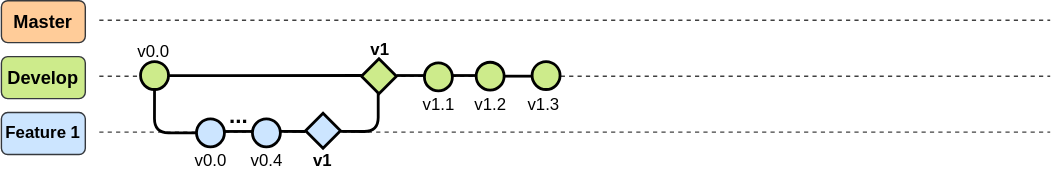
This is 03_ImagenesRepo/Image_readme.svg from LEOSZ8/Tesis_Msc_LSZ, a draw.io export, as it was before one commit. Source tidied: cells renumbered, new cells last; positions are measured from the earlier drawing's top-left corner, leaving out a move shared by most shapes. The source it was exported from:
```xml
<mxGraphModel>
  <root>
    <mxCell id="0" />
    <mxCell id="1" parent="0" />
    <mxCell id="2" style="edgeStyle=orthogonalEdgeStyle;rounded=0;orthogonalLoop=1;jettySize=auto;html=1;endArrow=none;endFill=0;strokeWidth=2;" parent="1" edge="1">
      <mxGeometry relative="1" as="geometry">
        <mxPoint x="322" y="54" as="sourcePoint" />
        <mxPoint x="342" y="54" as="targetPoint" />
      </mxGeometry>
    </mxCell>
    <mxCell id="3" style="endArrow=none;html=1;rounded=0;dashed=1;opacity=75;" parent="1" edge="1">
      <mxGeometry relative="1" as="geometry">
        <mxPoint x="70" y="14" as="sourcePoint" />
        <mxPoint x="750" y="14" as="targetPoint" />
      </mxGeometry>
    </mxCell>
    <mxCell id="4" style="endArrow=none;html=1;rounded=0;dashed=1;opacity=75;" parent="1" edge="1">
      <mxGeometry relative="1" as="geometry">
        <mxPoint x="70" y="54" as="sourcePoint" />
        <mxPoint x="750" y="54" as="targetPoint" />
      </mxGeometry>
    </mxCell>
    <mxCell id="5" style="endArrow=none;html=1;rounded=0;dashed=1;opacity=75;" parent="1" edge="1">
      <mxGeometry relative="1" as="geometry">
        <mxPoint x="70" y="94" as="sourcePoint" />
        <mxPoint x="750" y="94" as="targetPoint" />
      </mxGeometry>
    </mxCell>
    <mxCell id="6" value="&lt;b style=&quot;&quot;&gt;&lt;font style=&quot;font-size: 13px;&quot;&gt;Master&lt;/font&gt;&lt;/b&gt;" style="rounded=1;whiteSpace=wrap;html=1;fillColor=#FFCC99;strokeColor=#36393d;" parent="1" vertex="1">
      <mxGeometry width="60" height="30" as="geometry" />
    </mxCell>
    <mxCell id="7" value="&lt;b&gt;&lt;font style=&quot;font-size: 13px;&quot;&gt;Develop&lt;/font&gt;&lt;/b&gt;" style="rounded=1;whiteSpace=wrap;html=1;fillColor=#cdeb8b;strokeColor=#36393d;" parent="1" vertex="1">
      <mxGeometry y="40" width="60" height="30" as="geometry" />
    </mxCell>
    <mxCell id="8" value="&lt;b&gt;&lt;font&gt;Feature 1&lt;/font&gt;&lt;/b&gt;" style="rounded=1;whiteSpace=wrap;html=1;fillColor=#cce5ff;strokeColor=#36393d;" parent="1" vertex="1">
      <mxGeometry y="80" width="60" height="30" as="geometry" />
    </mxCell>
    <mxCell id="9" style="edgeStyle=orthogonalEdgeStyle;rounded=0;jettySize=auto;html=1;strokeWidth=2;endArrow=none;endFill=0;" parent="1" edge="1" source="10">
      <mxGeometry relative="1" as="geometry">
        <mxPoint x="260" y="54" as="targetPoint" />
        <Array as="points">
          <mxPoint x="160" y="54" />
          <mxPoint x="160" y="54" />
        </Array>
      </mxGeometry>
    </mxCell>
    <mxCell id="10" style="ellipse;whiteSpace=wrap;html=1;fillColor=#CDEB8B;strokeColor=#000000;strokeWidth=2;" parent="1" vertex="1">
      <mxGeometry x="100" y="44" width="20" height="20" as="geometry" />
    </mxCell>
    <mxCell id="11" style="edgeStyle=orthogonalEdgeStyle;rounded=1;jettySize=auto;html=1;curved=0;strokeWidth=2;endArrow=none;startFill=0;" parent="1" edge="1" source="13" target="10">
      <mxGeometry relative="1" as="geometry" />
    </mxCell>
    <mxCell id="12" style="edgeStyle=orthogonalEdgeStyle;rounded=0;orthogonalLoop=1;jettySize=auto;html=1;endArrow=none;endFill=0;strokeWidth=2;" parent="1" edge="1">
      <mxGeometry relative="1" as="geometry">
        <mxPoint x="160" y="94" as="sourcePoint" />
        <mxPoint x="180" y="94" as="targetPoint" />
      </mxGeometry>
    </mxCell>
    <mxCell id="13" style="ellipse;whiteSpace=wrap;html=1;fillColor=#cce5ff;strokeColor=#000000;strokeWidth=2;" parent="1" vertex="1">
      <mxGeometry x="140" y="85" width="20" height="20" as="geometry" />
    </mxCell>
    <mxCell id="14" style="edgeStyle=orthogonalEdgeStyle;rounded=0;jettySize=auto;html=1;endArrow=none;endFill=0;strokeWidth=2;entryX=0;entryY=0.5;entryDx=0;entryDy=0;" parent="1" edge="1" target="18">
      <mxGeometry relative="1" as="geometry">
        <mxPoint x="200" y="94" as="sourcePoint" />
      </mxGeometry>
    </mxCell>
    <mxCell id="15" style="ellipse;whiteSpace=wrap;html=1;fillColor=#cce5ff;strokeColor=#000000;strokeWidth=2;" parent="1" vertex="1">
      <mxGeometry x="180" y="85" width="20" height="20" as="geometry" />
    </mxCell>
    <mxCell id="16" value="v0.0" style="text;html=1;align=center;verticalAlign=middle;whiteSpace=wrap;rounded=0;" parent="1" vertex="1">
      <mxGeometry x="135" y="110" width="30" height="10" as="geometry" />
    </mxCell>
    <mxCell id="17" value="v0.4" style="text;html=1;align=center;verticalAlign=middle;whiteSpace=wrap;rounded=0;" parent="1" vertex="1">
      <mxGeometry x="175" y="110" width="30" height="10" as="geometry" />
    </mxCell>
    <mxCell id="18" style="rhombus;whiteSpace=wrap;html=1;fillColor=#cce5ff;strokeColor=#000000;strokeWidth=2;" parent="1" vertex="1">
      <mxGeometry x="218" y="81" width="25" height="25" as="geometry" />
    </mxCell>
    <mxCell id="19" value="&lt;font style=&quot;font-size: 16px;&quot;&gt;&lt;b&gt;...&lt;/b&gt;&lt;/font&gt;" style="text;html=1;whiteSpace=wrap;strokeColor=none;fillColor=none;align=center;verticalAlign=middle;rounded=0;" parent="1" vertex="1">
      <mxGeometry x="160" y="74" width="20" height="16" as="geometry" />
    </mxCell>
    <mxCell id="20" value="v1" style="text;html=1;align=center;verticalAlign=middle;whiteSpace=wrap;rounded=0;fontStyle=1;" parent="1" vertex="1">
      <mxGeometry x="215" y="110" width="30" height="10" as="geometry" />
    </mxCell>
    <mxCell id="21" style="rhombus;whiteSpace=wrap;html=1;fillColor=#CDEB8B;strokeColor=#000000;strokeWidth=2;" parent="1" vertex="1">
      <mxGeometry x="258" y="42" width="25" height="25" as="geometry" />
    </mxCell>
    <mxCell id="22" style="edgeStyle=orthogonalEdgeStyle;rounded=1;jettySize=auto;html=1;curved=0;strokeWidth=2;endArrow=none;startFill=0;" parent="1" edge="1" target="21">
      <mxGeometry relative="1" as="geometry">
        <mxPoint x="243" y="94" as="sourcePoint" />
        <Array as="points">
          <mxPoint x="270" y="94" />
        </Array>
      </mxGeometry>
    </mxCell>
    <mxCell id="23" value="v1" style="text;html=1;align=center;verticalAlign=middle;whiteSpace=wrap;rounded=0;fontStyle=1;" parent="1" vertex="1">
      <mxGeometry x="255.5" y="30" width="30" height="10" as="geometry" />
    </mxCell>
    <mxCell id="24" value="v0.0" style="text;html=1;align=center;verticalAlign=middle;whiteSpace=wrap;rounded=0;" parent="1" vertex="1">
      <mxGeometry x="94" y="32" width="30" height="10" as="geometry" />
    </mxCell>
    <mxCell id="25" style="edgeStyle=orthogonalEdgeStyle;rounded=0;orthogonalLoop=1;jettySize=auto;html=1;endArrow=none;endFill=0;strokeWidth=2;" parent="1" edge="1">
      <mxGeometry relative="1" as="geometry">
        <mxPoint x="283" y="54" as="sourcePoint" />
        <mxPoint x="303" y="54" as="targetPoint" />
      </mxGeometry>
    </mxCell>
    <mxCell id="26" style="ellipse;whiteSpace=wrap;html=1;fillColor=#CDEB8B;strokeColor=#000000;strokeWidth=2;" parent="1" vertex="1">
      <mxGeometry x="303" y="45" width="20" height="20" as="geometry" />
    </mxCell>
    <mxCell id="27" value="v1.1" style="text;html=1;align=center;verticalAlign=middle;whiteSpace=wrap;rounded=0;" parent="1" vertex="1">
      <mxGeometry x="298" y="70" width="30" height="10" as="geometry" />
    </mxCell>
    <mxCell id="28" style="edgeStyle=orthogonalEdgeStyle;rounded=0;jettySize=auto;html=1;endArrow=none;endFill=0;strokeWidth=2;" parent="1" edge="1" source="29" target="31">
      <mxGeometry relative="1" as="geometry" />
    </mxCell>
    <mxCell id="29" style="ellipse;whiteSpace=wrap;html=1;fillColor=#CDEB8B;strokeColor=#000000;strokeWidth=2;" parent="1" vertex="1">
      <mxGeometry x="340" y="44.5" width="20" height="20" as="geometry" />
    </mxCell>
    <mxCell id="30" value="v1.2" style="text;html=1;align=center;verticalAlign=middle;whiteSpace=wrap;rounded=0;" parent="1" vertex="1">
      <mxGeometry x="335" y="70" width="30" height="10" as="geometry" />
    </mxCell>
    <mxCell id="31" style="ellipse;whiteSpace=wrap;html=1;fillColor=#CDEB8B;strokeColor=#000000;strokeWidth=2;" parent="1" vertex="1">
      <mxGeometry x="380" y="44" width="20" height="20" as="geometry" />
    </mxCell>
    <mxCell id="32" value="v1.3" style="text;html=1;align=center;verticalAlign=middle;whiteSpace=wrap;rounded=0;" parent="1" vertex="1">
      <mxGeometry x="373" y="70" width="30" height="10" as="geometry" />
    </mxCell>
  </root>
</mxGraphModel>
```
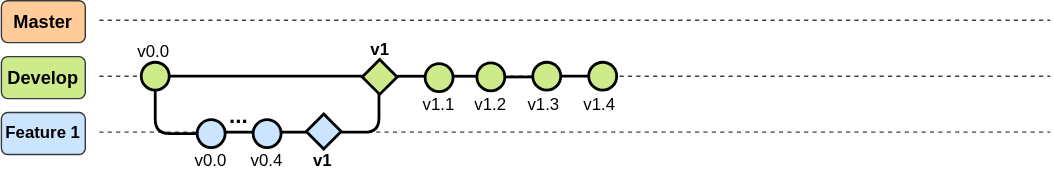
Later version of the same file.

What changed in the source:
```diff
@@ -120,11 +120,20 @@
     <mxCell id="30" value="v1.2" style="text;html=1;align=center;verticalAlign=middle;whiteSpace=wrap;rounded=0;" parent="1" vertex="1">
       <mxGeometry x="335" y="70" width="30" height="10" as="geometry" />
     </mxCell>
+    <mxCell id="33" style="edgeStyle=orthogonalEdgeStyle;rounded=0;jettySize=auto;html=1;endArrow=none;endFill=0;strokeWidth=2;" parent="1" edge="1" source="31" target="34">
+      <mxGeometry relative="1" as="geometry" />
+    </mxCell>
     <mxCell id="31" style="ellipse;whiteSpace=wrap;html=1;fillColor=#CDEB8B;strokeColor=#000000;strokeWidth=2;" parent="1" vertex="1">
       <mxGeometry x="380" y="44" width="20" height="20" as="geometry" />
     </mxCell>
     <mxCell id="32" value="v1.3" style="text;html=1;align=center;verticalAlign=middle;whiteSpace=wrap;rounded=0;" parent="1" vertex="1">
       <mxGeometry x="373" y="70" width="30" height="10" as="geometry" />
     </mxCell>
+    <mxCell id="34" style="ellipse;whiteSpace=wrap;html=1;fillColor=#CDEB8B;strokeColor=#000000;strokeWidth=2;" parent="1" vertex="1">
+      <mxGeometry x="420" y="44" width="20" height="20" as="geometry" />
+    </mxCell>
+    <mxCell id="35" value="v1.4" style="text;html=1;align=center;verticalAlign=middle;whiteSpace=wrap;rounded=0;" parent="1" vertex="1">
+      <mxGeometry x="413" y="70" width="30" height="10" as="geometry" />
+    </mxCell>
   </root>
 </mxGraphModel>
```
